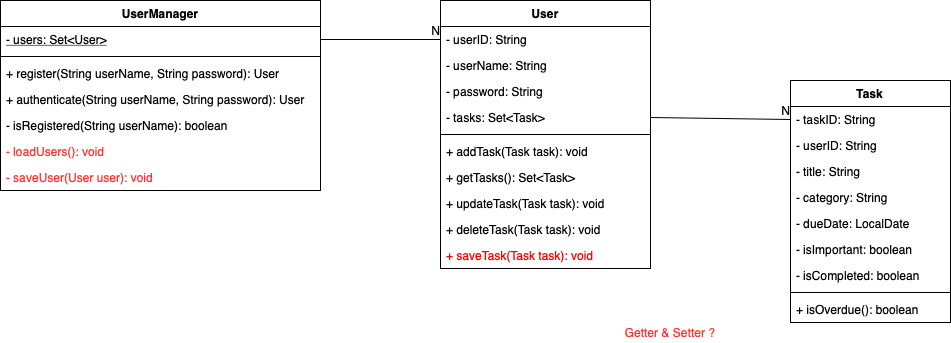
Earlier version of the draw.io export docs/DomainModel.png (codeyard/bfh-todoapp). Source tidied: cells renumbered, new cells last; positions are measured from the earlier drawing's top-left corner, leaving out a move shared by most shapes.
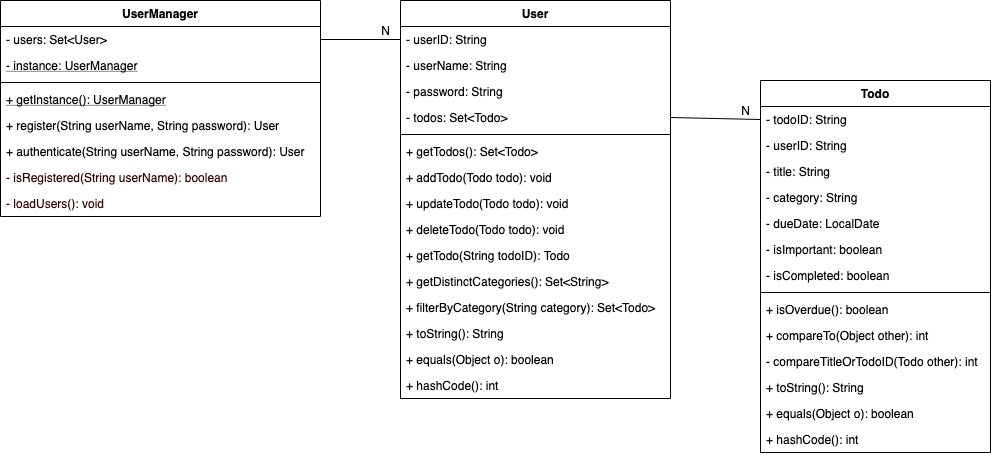
After the change.

Commit message:
Refactoring Domain Model & Page Flow (task to todo)

Diff of the diagram source:
```diff
@@ -3,106 +3,140 @@
     <mxCell id="0" />
     <mxCell id="1" parent="0" />
     <mxCell id="2" value="User" style="swimlane;fontStyle=1;align=center;verticalAlign=top;horizontal=1;startSize=26;" parent="1" vertex="1">
-      <mxGeometry x="440" width="210" height="268" as="geometry" />
+      <mxGeometry x="400" width="270" height="398" as="geometry" />
     </mxCell>
     <mxCell id="3" value="- userID: String&#10;" style="text;strokeColor=none;fillColor=none;align=left;verticalAlign=top;spacingLeft=4;spacingRight=4;overflow=hidden;points=[[0,0.5],[1,0.5]];portConstraint=eastwest;" parent="2" vertex="1">
-      <mxGeometry y="26" width="210" height="26" as="geometry" />
+      <mxGeometry y="26" width="270" height="26" as="geometry" />
     </mxCell>
     <mxCell id="4" value="- userName: String&#10;" style="text;strokeColor=none;fillColor=none;align=left;verticalAlign=top;spacingLeft=4;spacingRight=4;overflow=hidden;" parent="2" vertex="1">
-      <mxGeometry y="52" width="210" height="26" as="geometry" />
+      <mxGeometry y="52" width="270" height="26" as="geometry" />
     </mxCell>
     <mxCell id="5" value="- password: String&#10;" style="text;strokeColor=none;fillColor=none;align=left;verticalAlign=top;spacingLeft=4;spacingRight=4;overflow=hidden;" parent="2" vertex="1">
-      <mxGeometry y="78" width="210" height="26" as="geometry" />
+      <mxGeometry y="78" width="270" height="26" as="geometry" />
     </mxCell>
-    <mxCell id="6" value="- tasks: Set&lt;Task&gt;&#10;" style="text;strokeColor=none;fillColor=none;align=left;verticalAlign=top;spacingLeft=4;spacingRight=4;overflow=hidden;points=[[0,0.5],[1,0.5]];portConstraint=eastwest;" parent="2" vertex="1">
-      <mxGeometry y="104" width="210" height="26" as="geometry" />
+    <mxCell id="6" value="- todos: Set&lt;Todo&gt;&#10;" style="text;strokeColor=none;fillColor=none;align=left;verticalAlign=top;spacingLeft=4;spacingRight=4;overflow=hidden;points=[[0,0.5],[1,0.5]];portConstraint=eastwest;" parent="2" vertex="1">
+      <mxGeometry y="104" width="270" height="26" as="geometry" />
     </mxCell>
     <mxCell id="7" style="line;strokeWidth=1;fillColor=none;align=left;verticalAlign=middle;spacingTop=-1;spacingLeft=3;spacingRight=3;labelPosition=right;" parent="2" vertex="1">
-      <mxGeometry y="130" width="210" height="8" as="geometry" />
+      <mxGeometry y="130" width="270" height="8" as="geometry" />
     </mxCell>
+    <mxCell id="9" value="+ getTodos(): Set&lt;Todo&gt;" style="text;strokeColor=none;fillColor=none;align=left;verticalAlign=top;spacingLeft=4;spacingRight=4;overflow=hidden;" parent="2" vertex="1">
+      <mxGeometry y="138" width="270" height="26" as="geometry" />
+    </mxCell>
-    <mxCell id="8" value="+ addTask(Task task): void" style="text;strokeColor=none;fillColor=none;align=left;verticalAlign=top;spacingLeft=4;spacingRight=4;overflow=hidden;" parent="2" vertex="1">
-      <mxGeometry y="138" width="210" height="26" as="geometry" />
+    <mxCell id="8" value="+ addTodo(Todo todo): void" style="text;strokeColor=none;fillColor=none;align=left;verticalAlign=top;spacingLeft=4;spacingRight=4;overflow=hidden;" parent="2" vertex="1">
+      <mxGeometry y="164" width="270" height="26" as="geometry" />
     </mxCell>
-    <mxCell id="9" value="+ getTasks(): Set&lt;Task&gt;" style="text;strokeColor=none;fillColor=none;align=left;verticalAlign=top;spacingLeft=4;spacingRight=4;overflow=hidden;" parent="2" vertex="1">
-      <mxGeometry y="164" width="210" height="26" as="geometry" />
-    </mxCell>
-    <mxCell id="10" value="+ updateTask(Task task): void" style="text;strokeColor=none;fillColor=none;align=left;verticalAlign=top;spacingLeft=4;spacingRight=4;overflow=hidden;" parent="2" vertex="1">
-      <mxGeometry y="190" width="210" height="26" as="geometry" />
+    <mxCell id="10" value="+ updateTodo(Todo todo): void" style="text;strokeColor=none;fillColor=none;align=left;verticalAlign=top;spacingLeft=4;spacingRight=4;overflow=hidden;" parent="2" vertex="1">
+      <mxGeometry y="190" width="270" height="26" as="geometry" />
     </mxCell>
-    <mxCell id="11" value="+ deleteTask(Task task): void" style="text;strokeColor=none;fillColor=none;align=left;verticalAlign=top;spacingLeft=4;spacingRight=4;overflow=hidden;" parent="2" vertex="1">
-      <mxGeometry y="216" width="210" height="26" as="geometry" />
+    <mxCell id="11" value="+ deleteTodo(Todo todo): void" style="text;strokeColor=none;fillColor=none;align=left;verticalAlign=top;spacingLeft=4;spacingRight=4;overflow=hidden;" parent="2" vertex="1">
+      <mxGeometry y="216" width="270" height="26" as="geometry" />
     </mxCell>
-    <mxCell id="12" value="+ saveTask(Task task): void" style="text;strokeColor=none;fillColor=none;align=left;verticalAlign=top;spacingLeft=4;spacingRight=4;overflow=hidden;fontColor=#FF0000;" parent="2" vertex="1">
-      <mxGeometry y="242" width="210" height="26" as="geometry" />
-    </mxCell>
+    <mxCell id="36" value="+ getTodo(String todoID): Todo" style="text;strokeColor=none;fillColor=none;align=left;verticalAlign=top;spacingLeft=4;spacingRight=4;overflow=hidden;" parent="2" vertex="1">
+      <mxGeometry y="242" width="270" height="26" as="geometry" />
+    </mxCell>
+    <mxCell id="37" value="+ getDistinctCategories(): Set&lt;String&gt;" style="text;strokeColor=none;fillColor=none;align=left;verticalAlign=top;spacingLeft=4;spacingRight=4;overflow=hidden;" parent="2" vertex="1">
+      <mxGeometry y="268" width="270" height="26" as="geometry" />
+    </mxCell>
+    <mxCell id="38" value="+ filterByCategory(String category): Set&lt;Todo&gt;" style="text;strokeColor=none;fillColor=none;align=left;verticalAlign=top;spacingLeft=4;spacingRight=4;overflow=hidden;" parent="2" vertex="1">
+      <mxGeometry y="294" width="270" height="26" as="geometry" />
+    </mxCell>
+    <mxCell id="39" value="+ toString(): String" style="text;strokeColor=none;fillColor=none;align=left;verticalAlign=top;spacingLeft=4;spacingRight=4;overflow=hidden;" parent="2" vertex="1">
+      <mxGeometry y="320" width="270" height="26" as="geometry" />
+    </mxCell>
+    <mxCell id="40" value="+ equals(Object o): boolean" style="text;strokeColor=none;fillColor=none;align=left;verticalAlign=top;spacingLeft=4;spacingRight=4;overflow=hidden;" parent="2" vertex="1">
+      <mxGeometry y="346" width="270" height="26" as="geometry" />
+    </mxCell>
+    <mxCell id="41" value="+ hashCode(): int" style="text;strokeColor=none;fillColor=none;align=left;verticalAlign=top;spacingLeft=4;spacingRight=4;overflow=hidden;" parent="2" vertex="1">
+      <mxGeometry y="372" width="270" height="26" as="geometry" />
+    </mxCell>
-    <mxCell id="13" value="Task" style="swimlane;fontStyle=1;align=center;verticalAlign=top;horizontal=1;startSize=26;" parent="1" vertex="1">
-      <mxGeometry x="790" y="80" width="160" height="242" as="geometry" />
+    <mxCell id="13" value="Todo" style="swimlane;fontStyle=1;align=center;verticalAlign=top;horizontal=1;startSize=26;" parent="1" vertex="1">
+      <mxGeometry x="760" y="80" width="230" height="372" as="geometry" />
     </mxCell>
-    <mxCell id="14" value="- taskID: String" style="text;strokeColor=none;fillColor=none;align=left;verticalAlign=top;spacingLeft=4;spacingRight=4;overflow=hidden;points=[[0,0.5],[1,0.5]];portConstraint=eastwest;" parent="13" vertex="1">
-      <mxGeometry y="26" width="160" height="26" as="geometry" />
+    <mxCell id="14" value="- todoID: String" style="text;strokeColor=none;fillColor=none;align=left;verticalAlign=top;spacingLeft=4;spacingRight=4;overflow=hidden;points=[[0,0.5],[1,0.5]];portConstraint=eastwest;" parent="13" vertex="1">
+      <mxGeometry y="26" width="230" height="26" as="geometry" />
     </mxCell>
     <mxCell id="15" value="- userID: String" style="text;strokeColor=none;fillColor=none;align=left;verticalAlign=top;spacingLeft=4;spacingRight=4;overflow=hidden;" parent="13" vertex="1">
-      <mxGeometry y="52" width="160" height="26" as="geometry" />
+      <mxGeometry y="52" width="230" height="26" as="geometry" />
     </mxCell>
     <mxCell id="16" value="- title: String" style="text;strokeColor=none;fillColor=none;align=left;verticalAlign=top;spacingLeft=4;spacingRight=4;overflow=hidden;" parent="13" vertex="1">
-      <mxGeometry y="78" width="160" height="26" as="geometry" />
+      <mxGeometry y="78" width="230" height="26" as="geometry" />
     </mxCell>
     <mxCell id="17" value="- category: String" style="text;strokeColor=none;fillColor=none;align=left;verticalAlign=top;spacingLeft=4;spacingRight=4;overflow=hidden;" parent="13" vertex="1">
-      <mxGeometry y="104" width="160" height="26" as="geometry" />
+      <mxGeometry y="104" width="230" height="26" as="geometry" />
     </mxCell>
     <mxCell id="18" value="- dueDate: LocalDate" style="text;strokeColor=none;fillColor=none;align=left;verticalAlign=top;spacingLeft=4;spacingRight=4;overflow=hidden;" parent="13" vertex="1">
-      <mxGeometry y="130" width="160" height="26" as="geometry" />
+      <mxGeometry y="130" width="230" height="26" as="geometry" />
     </mxCell>
     <mxCell id="19" value="- isImportant: boolean" style="text;strokeColor=none;fillColor=none;align=left;verticalAlign=top;spacingLeft=4;spacingRight=4;overflow=hidden;" parent="13" vertex="1">
-      <mxGeometry y="156" width="160" height="26" as="geometry" />
+      <mxGeometry y="156" width="230" height="26" as="geometry" />
     </mxCell>
     <mxCell id="20" value="- isCompleted: boolean" style="text;strokeColor=none;fillColor=none;align=left;verticalAlign=top;spacingLeft=4;spacingRight=4;overflow=hidden;" parent="13" vertex="1">
-      <mxGeometry y="182" width="160" height="26" as="geometry" />
+      <mxGeometry y="182" width="230" height="26" as="geometry" />
     </mxCell>
     <mxCell id="21" style="line;strokeWidth=1;fillColor=none;align=left;verticalAlign=middle;spacingTop=-1;spacingLeft=3;spacingRight=3;labelPosition=right;" parent="13" vertex="1">
-      <mxGeometry y="208" width="160" height="8" as="geometry" />
+      <mxGeometry y="208" width="230" height="8" as="geometry" />
     </mxCell>
     <mxCell id="22" value="+ isOverdue(): boolean" style="text;strokeColor=none;fillColor=none;align=left;verticalAlign=top;spacingLeft=4;spacingRight=4;overflow=hidden;" parent="13" vertex="1">
-      <mxGeometry y="216" width="160" height="26" as="geometry" />
+      <mxGeometry y="216" width="230" height="26" as="geometry" />
     </mxCell>
+    <mxCell id="42" value="+ compareTo(Object other): int" style="text;strokeColor=none;fillColor=none;align=left;verticalAlign=top;spacingLeft=4;spacingRight=4;overflow=hidden;" parent="13" vertex="1">
+      <mxGeometry y="242" width="230" height="26" as="geometry" />
+    </mxCell>
+    <mxCell id="43" value="- compareTitleOrTodoID(Todo other): int" style="text;strokeColor=none;fillColor=none;align=left;verticalAlign=top;spacingLeft=4;spacingRight=4;overflow=hidden;" parent="13" vertex="1">
+      <mxGeometry y="268" width="230" height="26" as="geometry" />
+    </mxCell>
+    <mxCell id="44" value="+ toString(): String" style="text;strokeColor=none;fillColor=none;align=left;verticalAlign=top;spacingLeft=4;spacingRight=4;overflow=hidden;" parent="13" vertex="1">
+      <mxGeometry y="294" width="230" height="26" as="geometry" />
+    </mxCell>
+    <mxCell id="45" value="+ equals(Object o): boolean" style="text;strokeColor=none;fillColor=none;align=left;verticalAlign=top;spacingLeft=4;spacingRight=4;overflow=hidden;" parent="13" vertex="1">
+      <mxGeometry y="320" width="230" height="26" as="geometry" />
+    </mxCell>
+    <mxCell id="46" value="+ hashCode(): int" style="text;strokeColor=none;fillColor=none;align=left;verticalAlign=top;spacingLeft=4;spacingRight=4;overflow=hidden;" parent="13" vertex="1">
+      <mxGeometry y="346" width="230" height="26" as="geometry" />
+    </mxCell>
     <mxCell id="23" value="UserManager" style="swimlane;fontStyle=1;align=center;verticalAlign=top;horizontal=1;startSize=26;" parent="1" vertex="1">
-      <mxGeometry width="320" height="190" as="geometry" />
+      <mxGeometry width="320" height="216" as="geometry" />
     </mxCell>
-    <mxCell id="24" value="- users: Set&lt;User&gt;" style="text;strokeColor=none;fillColor=none;align=left;verticalAlign=top;spacingLeft=4;spacingRight=4;overflow=hidden;points=[[0,0.5],[1,0.5]];portConstraint=eastwest;fontStyle=4;" parent="23" vertex="1">
+    <mxCell id="24" value="- users: Set&lt;User&gt;" style="text;strokeColor=none;fillColor=none;align=left;verticalAlign=top;spacingLeft=4;spacingRight=4;overflow=hidden;points=[[0,0.5],[1,0.5]];portConstraint=eastwest;fontStyle=0;" parent="23" vertex="1">
       <mxGeometry y="26" width="320" height="26" as="geometry" />
     </mxCell>
+    <mxCell id="47" value="- instance: UserManager" style="text;strokeColor=none;fillColor=none;align=left;verticalAlign=top;spacingLeft=4;spacingRight=4;overflow=hidden;fontStyle=4;" parent="23" vertex="1">
+      <mxGeometry y="52" width="320" height="26" as="geometry" />
+    </mxCell>
     <mxCell id="25" style="line;strokeWidth=1;fillColor=none;align=left;verticalAlign=middle;spacingTop=-1;spacingLeft=3;spacingRight=3;labelPosition=right;" parent="23" vertex="1">
-      <mxGeometry y="52" width="320" height="8" as="geometry" />
+      <mxGeometry y="78" width="320" height="8" as="geometry" />
     </mxCell>
-    <mxCell id="26" value="+ register(String userName, String password): User" style="text;strokeColor=none;fillColor=none;align=left;verticalAlign=top;spacingLeft=4;spacingRight=4;overflow=hidden;" parent="23" vertex="1">
-      <mxGeometry y="60" width="320" height="26" as="geometry" />
+    <mxCell id="26" value="+ getInstance(): UserManager" style="text;strokeColor=none;fillColor=none;align=left;verticalAlign=top;spacingLeft=4;spacingRight=4;overflow=hidden;fontStyle=4;" parent="23" vertex="1">
+      <mxGeometry y="86" width="320" height="26" as="geometry" />
     </mxCell>
-    <mxCell id="27" value="+ authenticate(String userName, String password): User" style="text;strokeColor=none;fillColor=none;align=left;verticalAlign=top;spacingLeft=4;spacingRight=4;overflow=hidden;" parent="23" vertex="1">
-      <mxGeometry y="86" width="320" height="26" as="geometry" />
+    <mxCell id="27" value="+ register(String userName, String password): User" style="text;strokeColor=none;fillColor=none;align=left;verticalAlign=top;spacingLeft=4;spacingRight=4;overflow=hidden;" parent="23" vertex="1">
+      <mxGeometry y="112" width="320" height="26" as="geometry" />
     </mxCell>
-    <mxCell id="28" value="- isRegistered(String userName): boolean" style="text;strokeColor=none;fillColor=none;align=left;verticalAlign=top;spacingLeft=4;spacingRight=4;overflow=hidden;" parent="23" vertex="1">
-      <mxGeometry y="112" width="320" height="26" as="geometry" />
+    <mxCell id="28" value="+ authenticate(String userName, String password): User" style="text;strokeColor=none;fillColor=none;align=left;verticalAlign=top;spacingLeft=4;spacingRight=4;overflow=hidden;" parent="23" vertex="1">
+      <mxGeometry y="138" width="320" height="26" as="geometry" />
     </mxCell>
-    <mxCell id="29" value="- loadUsers(): void" style="text;strokeColor=none;fillColor=none;align=left;verticalAlign=top;spacingLeft=4;spacingRight=4;overflow=hidden;fontColor=#FF3333;" parent="23" vertex="1">
-      <mxGeometry y="138" width="320" height="26" as="geometry" />
+    <mxCell id="29" value="- isRegistered(String userName): boolean" style="text;strokeColor=none;fillColor=none;align=left;verticalAlign=top;spacingLeft=4;spacingRight=4;overflow=hidden;fontColor=#330000;" parent="23" vertex="1">
+      <mxGeometry y="164" width="320" height="26" as="geometry" />
     </mxCell>
-    <mxCell id="30" value="- saveUser(User user): void" style="text;strokeColor=none;fillColor=none;align=left;verticalAlign=top;spacingLeft=4;spacingRight=4;overflow=hidden;fontColor=#FF3333;" parent="23" vertex="1">
-      <mxGeometry y="164" width="320" height="26" as="geometry" />
-    </mxCell>
-    <mxCell id="31" value="Getter &amp;amp; Setter ?" style="text;html=1;strokeColor=none;fillColor=none;align=center;verticalAlign=middle;whiteSpace=wrap;rounded=0;fontColor=#FF3333;" parent="1" vertex="1">
-      <mxGeometry x="610" y="322" width="120" height="20" as="geometry" />
-    </mxCell>
+    <mxCell id="48" value="- loadUsers(): void" style="text;strokeColor=none;fillColor=none;align=left;verticalAlign=top;spacingLeft=4;spacingRight=4;overflow=hidden;fontColor=#330000;" parent="23" vertex="1">
+      <mxGeometry y="190" width="320" height="26" as="geometry" />
+    </mxCell>
     <mxCell id="32" style="endArrow=none;html=1;rounded=0;fontColor=#FF3333;exitX=1;exitY=0.5;exitDx=0;exitDy=0;entryX=0;entryY=0.5;entryDx=0;entryDy=0;" parent="1" edge="1" source="24" target="3">
       <mxGeometry relative="1" as="geometry" />
     </mxCell>
     <mxCell id="33" value="N" style="html=1;align=right;verticalAlign=bottom;" parent="32" vertex="1">
-      <mxGeometry x="1" relative="1" as="geometry" />
+      <mxGeometry x="1" relative="1" as="geometry">
+        <mxPoint x="-10" as="offset" />
+      </mxGeometry>
     </mxCell>
     <mxCell id="34" style="endArrow=none;html=1;rounded=0;fontColor=#FF3333;exitX=1;exitY=0.5;exitDx=0;exitDy=0;entryX=0;entryY=0.5;entryDx=0;entryDy=0;" parent="1" edge="1" source="6" target="14">
       <mxGeometry relative="1" as="geometry" />
     </mxCell>
     <mxCell id="35" value="N" style="html=1;align=right;verticalAlign=bottom;" parent="34" vertex="1">
-      <mxGeometry x="1" relative="1" as="geometry" />
+      <mxGeometry x="1" relative="1" as="geometry">
+        <mxPoint x="-10" as="offset" />
+      </mxGeometry>
     </mxCell>
   </root>
 </mxGraphModel>
```
